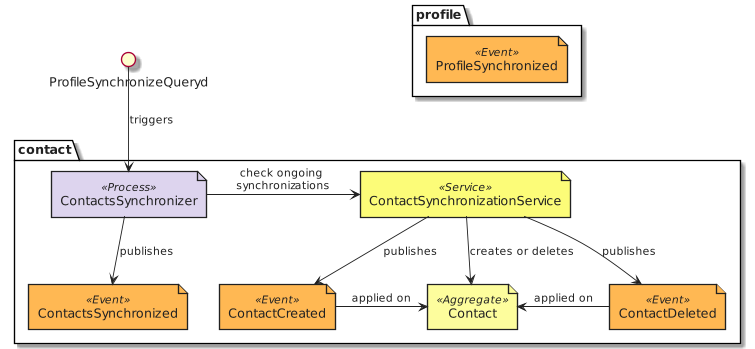
Above: paper/design_contact_eventstorming_contacts_synchronizer.png in tmorin/dorders (PlantUML), before the change.
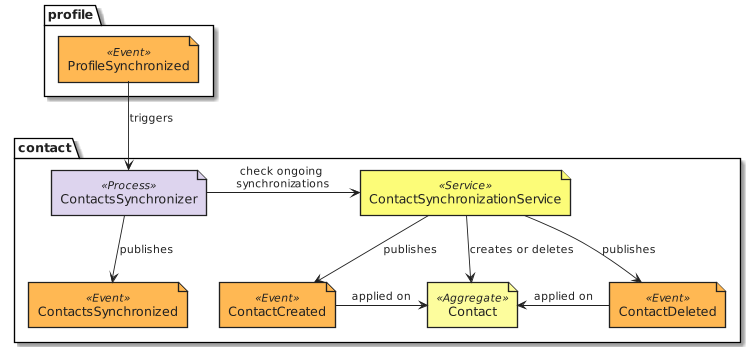
After the change.

Commit message:
fix(paper): fix wrong typo

Diff of the diagram source:
```diff
@@ -1,4 +1,5 @@
 @startuml design_contact_eventstorming_contacts_synchronizer
+
 !include common.eventstorming.puml
 package profile {
   Event('ProfileSynchronized')
@@ -11,7 +12,7 @@
   Event('ContactsSynchronized')
   Aggregate('Contact')
 }
-ProfileSynchronizeQueryd --> ContactsSynchronizer : triggers
+ProfileSynchronized --> ContactsSynchronizer : triggers
 ContactsSynchronizer -r-> ContactSynchronizationService : check ongoing synchronizations
 ContactSynchronizationService --> ContactCreated : publishes
 ContactSynchronizationService --> ContactDeleted : publishes
```
